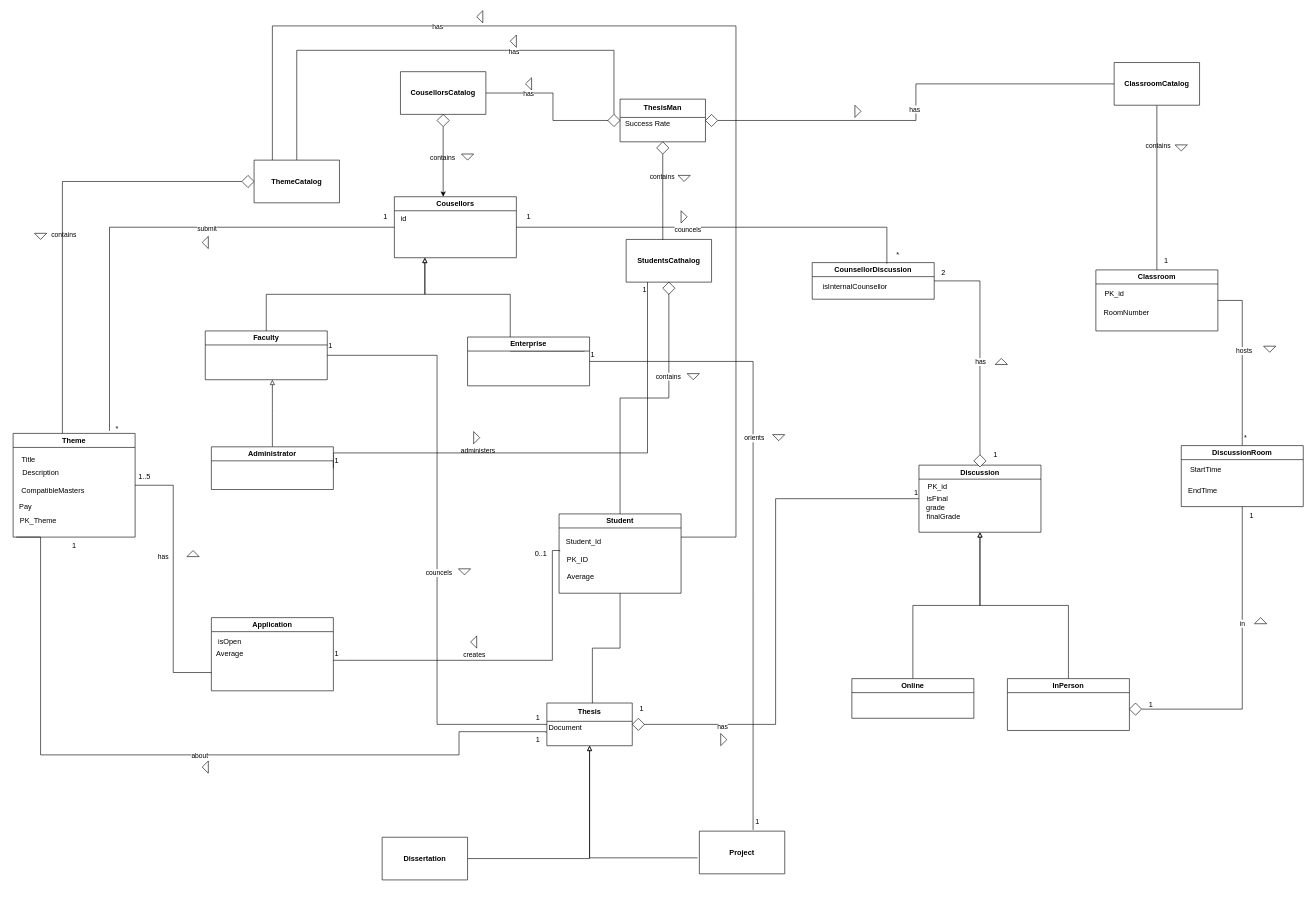
Above: CSS.drawio in SergioEsteves3/CSS (draw.io), before the change. Source tidied: cells renumbered, new cells numbered last; positions are measured from the earlier drawing's top-left corner, leaving out a move shared by most shapes. Both pictures are drawn from the tidied source at 61%, with x=0, y=0 at pixel (10, 10).
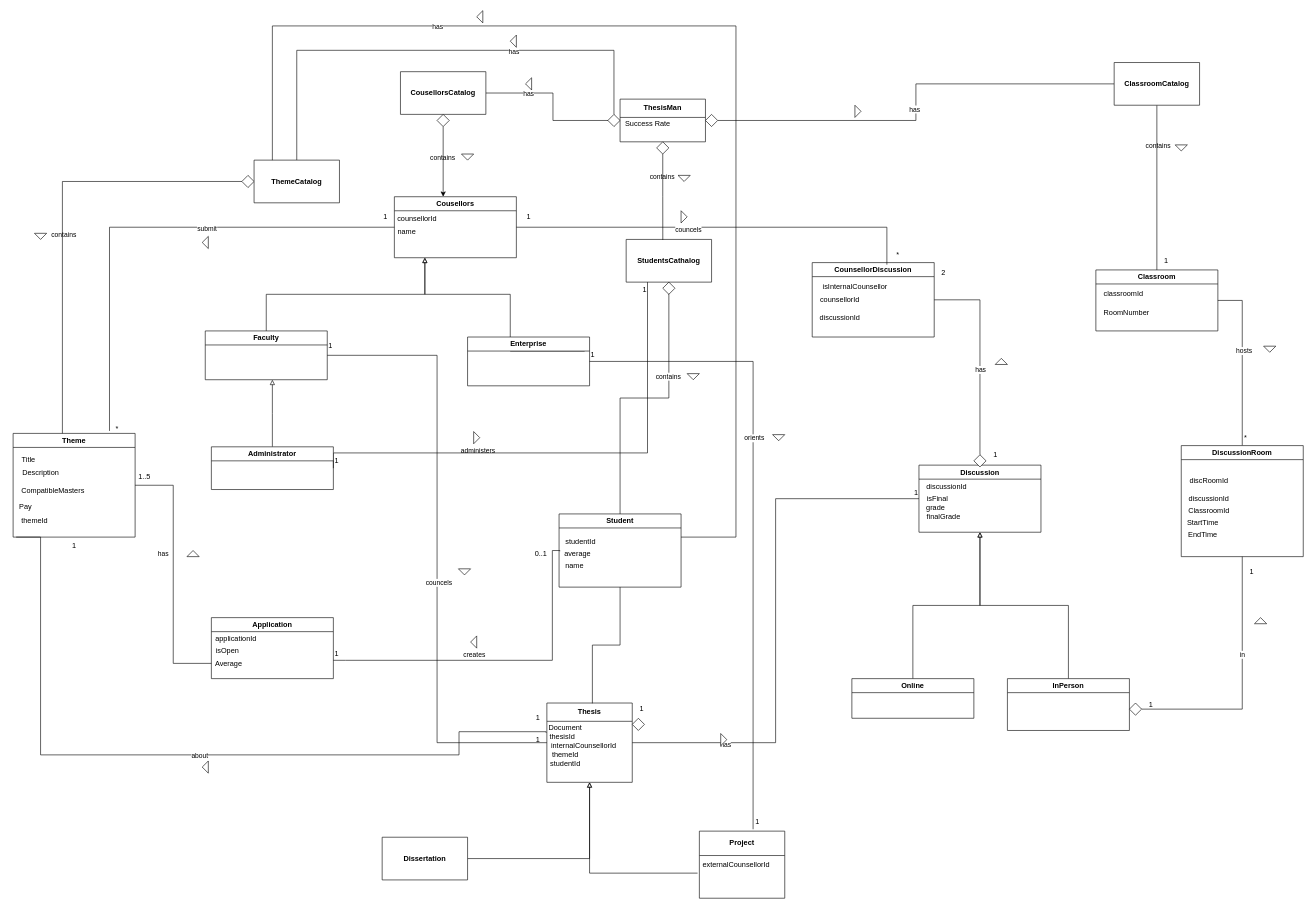
The same page after the edit.

The change refers to these unchanged cells:
```xml
<mxCell id="27" value="Theme" style="swimlane;whiteSpace=wrap;html=1;labelBackgroundColor=none;" parent="1" vertex="1">
  <mxGeometry x="4" y="693" width="200" height="170" as="geometry" />
</mxCell>
<mxCell id="57" value="Cousellors" style="swimlane;whiteSpace=wrap;html=1;labelBackgroundColor=none;" parent="1" vertex="1">
  <mxGeometry x="629" y="305" width="200" height="100" as="geometry" />
</mxCell>
<mxCell id="60" value="Classroom" style="swimlane;whiteSpace=wrap;html=1;labelBackgroundColor=none;" parent="1" vertex="1">
  <mxGeometry x="1779" y="425" width="200" height="100" as="geometry" />
</mxCell>
<mxCell id="68" value="Discussion" style="swimlane;whiteSpace=wrap;html=1;labelBackgroundColor=none;" parent="1" vertex="1">
  <mxGeometry x="1489" y="745" width="200" height="110" as="geometry" />
</mxCell>
```

The edit, as a diff of the source:
```diff
@@
-    <mxCell id="32" value="PK_Theme" style="text;html=1;align=center;verticalAlign=middle;strokeColor=none;fillColor=none;labelBackgroundColor=none;" parent="27" vertex="1">
-      <mxGeometry x="-4" y="128" width="90" height="30" as="geometry" />
+    <mxCell id="32" value="themeId" style="text;html=1;align=center;verticalAlign=middle;strokeColor=none;fillColor=none;labelBackgroundColor=none;" parent="27" vertex="1">
+      <mxGeometry y="128" width="70" height="30" as="geometry" />
     </mxCell>
@@
     <mxCell id="38" value="Student" style="swimlane;whiteSpace=wrap;html=1;labelBackgroundColor=none;" parent="1" vertex="1">
-      <mxGeometry x="899" y="825" width="200" height="130" as="geometry" />
+      <mxGeometry x="899" y="825" width="200" height="120" as="geometry" />
     </mxCell>
-    <mxCell id="39" value="Student_Id" style="text;html=1;align=center;verticalAlign=middle;points=[];strokeColor=none;fillColor=none;labelBackgroundColor=none;" parent="38" vertex="1">
-      <mxGeometry y="30" width="80" height="30" as="geometry" />
+    <mxCell id="39" value="studentId" style="text;html=1;align=center;verticalAlign=middle;points=[];strokeColor=none;fillColor=none;labelBackgroundColor=none;" parent="38" vertex="1">
+      <mxGeometry y="30" width="70" height="30" as="geometry" />
     </mxCell>
-    <mxCell id="40" value="PK_ID" style="text;html=1;align=center;verticalAlign=middle;strokeColor=none;fillColor=none;labelBackgroundColor=none;" parent="38" vertex="1">
-      <mxGeometry y="60" width="60" height="30" as="geometry" />
-    </mxCell>
-    <mxCell id="41" value="Average" style="text;html=1;align=center;verticalAlign=middle;strokeColor=none;fillColor=none;labelBackgroundColor=none;" parent="38" vertex="1">
-      <mxGeometry y="88" width="70" height="30" as="geometry" />
+    <mxCell id="41" value="average" style="text;html=1;align=center;verticalAlign=middle;strokeColor=none;fillColor=none;labelBackgroundColor=none;" parent="38" vertex="1">
+      <mxGeometry x="-5" y="50" width="70" height="30" as="geometry" />
     </mxCell>
+    <mxCell id="149" value="name" style="text;html=1;align=center;verticalAlign=middle;strokeColor=none;fillColor=none;" parent="38" vertex="1">
+      <mxGeometry x="-5" y="70" width="60" height="30" as="geometry" />
+    </mxCell>
@@
     <mxCell id="48" value="Thesis" style="swimlane;whiteSpace=wrap;html=1;startSize=30;labelBackgroundColor=none;" parent="1" vertex="1">
-      <mxGeometry x="879" y="1135" width="140" height="70" as="geometry" />
+      <mxGeometry x="879" y="1135" width="140" height="130" as="geometry" />
     </mxCell>
@@
+    <mxCell id="150" value="thesisId" style="text;html=1;align=center;verticalAlign=middle;strokeColor=none;fillColor=none;" parent="48" vertex="1">
+      <mxGeometry x="-9.9" y="40" width="70" height="30" as="geometry" />
+    </mxCell>
+    <mxCell id="151" value="internalCounsellorId" style="text;html=1;align=center;verticalAlign=middle;strokeColor=none;fillColor=none;" parent="48" vertex="1">
+      <mxGeometry x="-10" y="55" width="140" height="30" as="geometry" />
+    </mxCell>
+    <mxCell id="152" value="themeId" style="text;html=1;align=center;verticalAlign=middle;strokeColor=none;fillColor=none;" parent="48" vertex="1">
+      <mxGeometry x="-4.9" y="70" width="70" height="30" as="geometry" />
+    </mxCell>
+    <mxCell id="153" value="studentId" style="text;html=1;align=center;verticalAlign=middle;strokeColor=none;fillColor=none;" parent="48" vertex="1">
+      <mxGeometry x="-4.9" y="85" width="70" height="30" as="geometry" />
+    </mxCell>
@@
-    <mxCell id="54" value="Project" style="swimlane;whiteSpace=wrap;html=1;startSize=70;labelBackgroundColor=none;" parent="1" vertex="1">
-      <mxGeometry x="1129" y="1345" width="140" height="70" as="geometry" />
+    <mxCell id="54" value="Project" style="swimlane;whiteSpace=wrap;html=1;startSize=40;labelBackgroundColor=none;" parent="1" vertex="1">
+      <mxGeometry x="1129" y="1345" width="140" height="110" as="geometry" />
     </mxCell>
+    <mxCell id="154" value="externalCounsellorId" style="text;html=1;align=center;verticalAlign=middle;strokeColor=none;fillColor=none;" parent="54" vertex="1">
+      <mxGeometry x="-10" y="40" width="140" height="30" as="geometry" />
+    </mxCell>
@@
-    <mxCell id="58" value="id" style="text;html=1;align=center;verticalAlign=middle;strokeColor=none;fillColor=none;labelBackgroundColor=none;" parent="57" vertex="1">
-      <mxGeometry y="22" width="30" height="30" as="geometry" />
+    <mxCell id="58" value="counsellorId" style="text;html=1;align=center;verticalAlign=middle;strokeColor=none;fillColor=none;labelBackgroundColor=none;" parent="57" vertex="1">
+      <mxGeometry x="-8" y="22" width="90" height="30" as="geometry" />
     </mxCell>
+    <mxCell id="155" value="name" style="text;html=1;align=center;verticalAlign=middle;strokeColor=none;fillColor=none;" parent="57" vertex="1">
+      <mxGeometry x="-10" y="43" width="60" height="30" as="geometry" />
+    </mxCell>
@@
-    <mxCell id="61" value="PK_id" style="text;html=1;align=center;verticalAlign=middle;strokeColor=none;fillColor=none;labelBackgroundColor=none;" parent="60" vertex="1">
-      <mxGeometry y="25" width="60" height="30" as="geometry" />
+    <mxCell id="61" value="classroomId" style="text;html=1;align=center;verticalAlign=middle;strokeColor=none;fillColor=none;labelBackgroundColor=none;" parent="60" vertex="1">
+      <mxGeometry y="25" width="90" height="30" as="geometry" />
     </mxCell>
@@
     <mxCell id="63" value="CounsellorDiscussion" style="swimlane;whiteSpace=wrap;html=1;startSize=23;labelBackgroundColor=none;" parent="1" vertex="1">
-      <mxGeometry x="1314" y="413" width="200" height="60" as="geometry" />
+      <mxGeometry x="1314" y="413" width="200" height="122" as="geometry" />
     </mxCell>
@@
+    <mxCell id="156" value="counsellorId" style="text;html=1;align=center;verticalAlign=middle;strokeColor=none;fillColor=none;" parent="63" vertex="1">
+      <mxGeometry y="46" width="90" height="30" as="geometry" />
+    </mxCell>
+    <mxCell id="157" value="discussionId" style="text;html=1;align=center;verticalAlign=middle;strokeColor=none;fillColor=none;" parent="63" vertex="1">
+      <mxGeometry y="76" width="90" height="30" as="geometry" />
+    </mxCell>
@@
-    <mxCell id="69" value="PK_id" style="text;html=1;align=center;verticalAlign=middle;strokeColor=none;fillColor=none;labelBackgroundColor=none;" parent="68" vertex="1">
-      <mxGeometry y="20" width="60" height="30" as="geometry" />
+    <mxCell id="69" value="discussionId" style="text;html=1;align=center;verticalAlign=middle;strokeColor=none;fillColor=none;labelBackgroundColor=none;" parent="68" vertex="1">
+      <mxGeometry y="20" width="90" height="30" as="geometry" />
     </mxCell>
@@
     <mxCell id="83" value="DiscussionRoom" style="swimlane;whiteSpace=wrap;html=1;labelBackgroundColor=none;" parent="1" vertex="1">
-      <mxGeometry x="1919" y="713" width="200" height="100" as="geometry" />
+      <mxGeometry x="1919" y="713" width="200" height="182" as="geometry" />
     </mxCell>
     <mxCell id="84" value="StartTime" style="text;html=1;align=center;verticalAlign=middle;strokeColor=none;fillColor=none;labelBackgroundColor=none;" parent="83" vertex="1">
-      <mxGeometry y="25" width="80" height="30" as="geometry" />
+      <mxGeometry x="-5" y="112" width="80" height="30" as="geometry" />
     </mxCell>
     <mxCell id="85" value="EndTime" style="text;html=1;align=center;verticalAlign=middle;strokeColor=none;fillColor=none;labelBackgroundColor=none;" parent="83" vertex="1">
-      <mxGeometry y="60" width="70" height="30" as="geometry" />
+      <mxGeometry y="132" width="70" height="30" as="geometry" />
     </mxCell>
+    <mxCell id="158" value="discussionId" style="text;html=1;align=center;verticalAlign=middle;strokeColor=none;fillColor=none;" parent="83" vertex="1">
+      <mxGeometry y="72" width="90" height="30" as="geometry" />
+    </mxCell>
+    <mxCell id="159" value="ClassroomId" style="text;html=1;align=center;verticalAlign=middle;strokeColor=none;fillColor=none;" parent="83" vertex="1">
+      <mxGeometry x="-5" y="92" width="100" height="30" as="geometry" />
+    </mxCell>
+    <mxCell id="160" value="discRoomId" style="text;html=1;align=center;verticalAlign=middle;strokeColor=none;fillColor=none;" parent="83" vertex="1">
+      <mxGeometry y="42" width="90" height="30" as="geometry" />
+    </mxCell>
@@
     <mxCell id="104" value="Application" style="swimlane;whiteSpace=wrap;html=1;labelBackgroundColor=none;" parent="1" vertex="1">
-      <mxGeometry x="329" y="995" width="200" height="120" as="geometry" />
+      <mxGeometry x="329" y="995" width="200" height="100" as="geometry" />
     </mxCell>
     <mxCell id="105" value="isOpen" style="text;html=1;align=center;verticalAlign=middle;strokeColor=none;fillColor=none;labelBackgroundColor=none;" parent="104" vertex="1">
-      <mxGeometry y="25" width="60" height="30" as="geometry" />
+      <mxGeometry x="-4" y="40" width="60" height="30" as="geometry" />
     </mxCell>
     <mxCell id="106" value="Average" style="text;html=1;align=center;verticalAlign=middle;strokeColor=none;fillColor=none;labelBackgroundColor=none;" parent="104" vertex="1">
-      <mxGeometry x="-5" y="45" width="70" height="30" as="geometry" />
+      <mxGeometry x="-7" y="60" width="70" height="30" as="geometry" />
     </mxCell>
+    <mxCell id="161" value="applicationId" style="text;html=1;align=center;verticalAlign=middle;strokeColor=none;fillColor=none;" parent="104" vertex="1">
+      <mxGeometry x="-5" y="20" width="90" height="30" as="geometry" />
+    </mxCell>
@@
     <mxCell id="124" value="1" style="text;html=1;align=center;verticalAlign=middle;strokeColor=none;fillColor=none;" parent="1" vertex="1">
-      <mxGeometry x="2019" y="813" width="30" height="30" as="geometry" />
+      <mxGeometry x="2019" y="905" width="30" height="30" as="geometry" />
     </mxCell>
```
